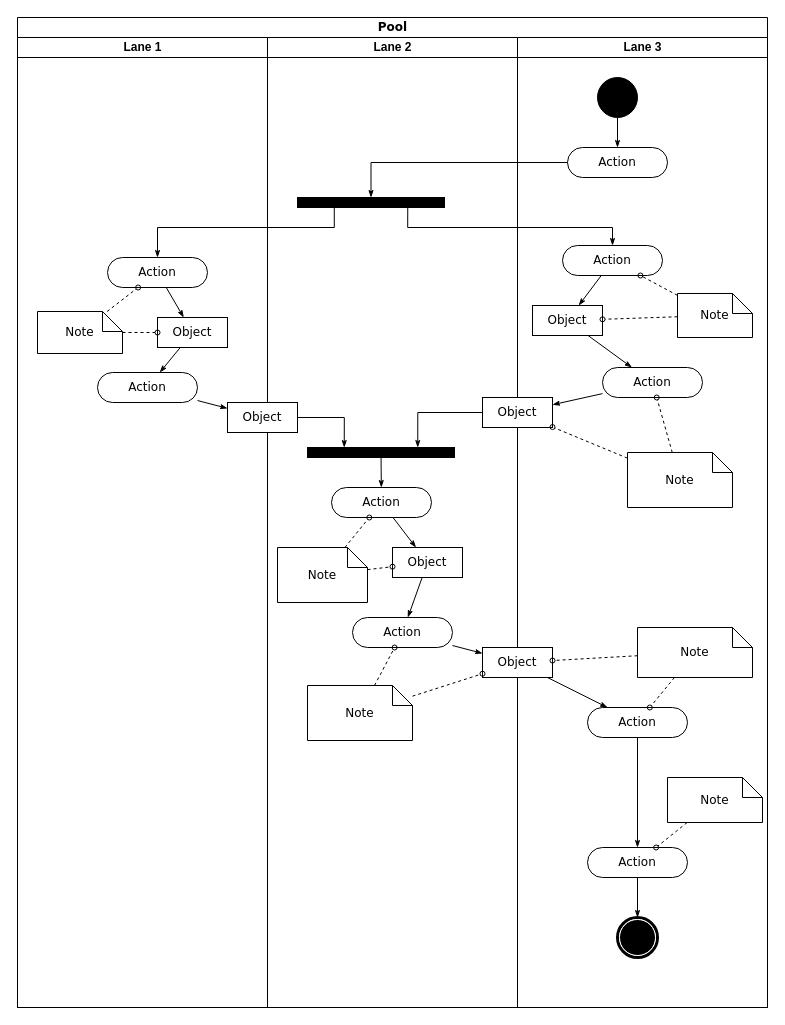
Earlier version of the draw.io diagram RE-Diagram.drawio (MarlenKuehn/DOFI-draw.io). Source tidied: cells renumbered, new cells numbered last; positions are measured from the earlier drawing's top-left corner, leaving out a move shared by most shapes. Both pictures are drawn from the tidied source at 100%, with x=0, y=0 at pixel (17, 17).
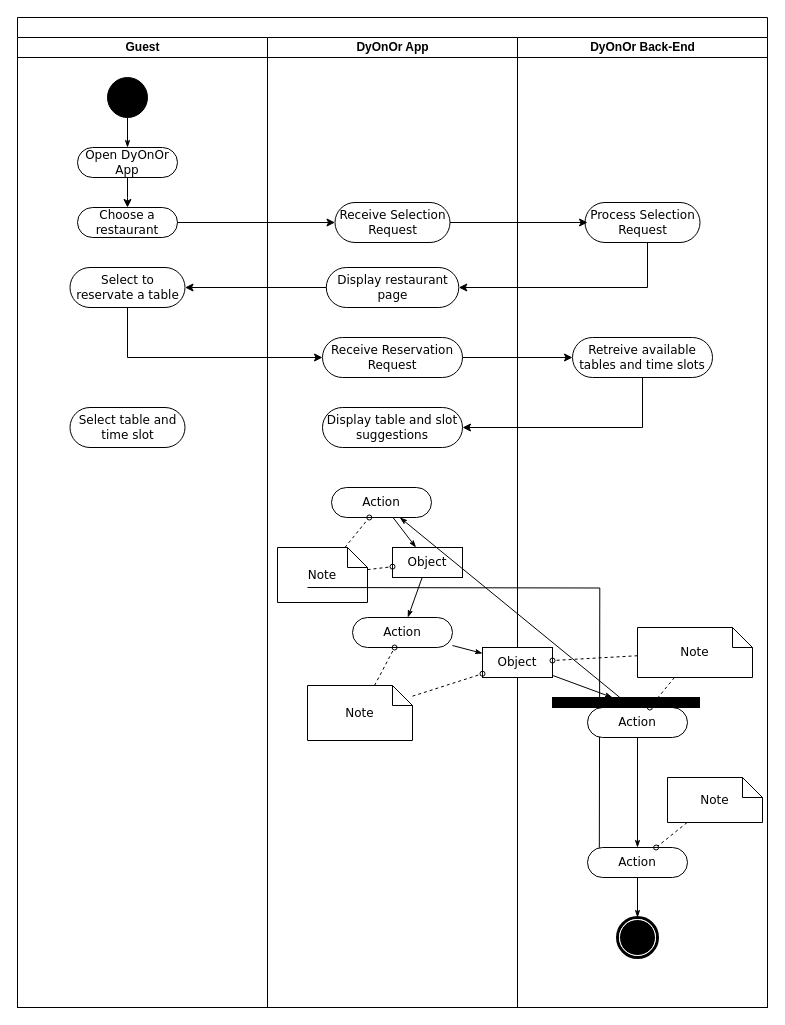
The same diagram, later.

The change refers to these unchanged cells:
```xml
<mxCell id="15" value="Action" style="rounded=1;whiteSpace=wrap;html=1;shadow=0;comic=0;labelBackgroundColor=none;strokeWidth=1;fontFamily=Verdana;fontSize=12;align=center;arcSize=50;" parent="12" vertex="1">
  <mxGeometry x="64" y="450" width="100" height="30" as="geometry" />
</mxCell>
<mxCell id="40" value="Object" style="rounded=0;whiteSpace=wrap;html=1;shadow=0;comic=0;labelBackgroundColor=none;strokeWidth=1;fontFamily=Verdana;fontSize=12;align=center;arcSize=50;" parent="28" vertex="1">
  <mxGeometry x="-35" y="610" width="70" height="30" as="geometry" />
</mxCell>
<mxCell id="42" value="Action" style="rounded=1;whiteSpace=wrap;html=1;shadow=0;comic=0;labelBackgroundColor=none;strokeWidth=1;fontFamily=Verdana;fontSize=12;align=center;arcSize=50;" parent="28" vertex="1">
  <mxGeometry x="70" y="670" width="100" height="30" as="geometry" />
</mxCell>
```

Diff of the diagram source:
```diff
@@
-    <mxCell id="2" value="Pool" style="swimlane;html=1;startSize=20;rounded=0;shadow=0;comic=0;labelBackgroundColor=none;strokeWidth=1;fontFamily=Verdana;fontSize=12;align=center;" parent="1" vertex="1">
+    <mxCell id="2" style="swimlane;html=1;startSize=20;rounded=0;shadow=0;comic=0;labelBackgroundColor=none;strokeWidth=1;fontFamily=Verdana;fontSize=12;align=center;" parent="1" vertex="1">
       <mxGeometry width="750" height="990" as="geometry" />
     </mxCell>
-    <mxCell id="3" value="Lane 1" style="swimlane;html=1;startSize=20;" parent="2" vertex="1">
+    <mxCell id="3" value="Guest" style="swimlane;html=1;startSize=20;" parent="2" vertex="1">
       <mxGeometry y="20" width="250" height="970" as="geometry" />
     </mxCell>
-    <mxCell id="4" style="edgeStyle=none;rounded=0;html=1;labelBackgroundColor=none;startArrow=none;startFill=0;startSize=5;endArrow=classicThin;endFill=1;endSize=5;jettySize=auto;strokeWidth=1;fontFamily=Verdana;fontSize=12;" parent="3" edge="1" source="5" target="8">
-      <mxGeometry relative="1" as="geometry" />
-    </mxCell>
-    <mxCell id="5" value="Action" style="rounded=1;whiteSpace=wrap;html=1;shadow=0;comic=0;labelBackgroundColor=none;strokeWidth=1;fontFamily=Verdana;fontSize=12;align=center;arcSize=50;" parent="3" vertex="1">
-      <mxGeometry x="90" y="220" width="100" height="30" as="geometry" />
-    </mxCell>
-    <mxCell id="6" value="Action" style="rounded=1;whiteSpace=wrap;html=1;shadow=0;comic=0;labelBackgroundColor=none;strokeWidth=1;fontFamily=Verdana;fontSize=12;align=center;arcSize=50;" parent="3" vertex="1">
-      <mxGeometry x="80" y="335" width="100" height="30" as="geometry" />
-    </mxCell>
-    <mxCell id="7" style="edgeStyle=none;rounded=0;html=1;labelBackgroundColor=none;startArrow=none;startFill=0;startSize=5;endArrow=classicThin;endFill=1;endSize=5;jettySize=auto;strokeWidth=1;fontFamily=Verdana;fontSize=12;" parent="3" edge="1" source="8" target="6">
-      <mxGeometry relative="1" as="geometry" />
-    </mxCell>
-    <mxCell id="8" value="Object" style="rounded=0;whiteSpace=wrap;html=1;shadow=0;comic=0;labelBackgroundColor=none;strokeWidth=1;fontFamily=Verdana;fontSize=12;align=center;arcSize=50;" parent="3" vertex="1">
-      <mxGeometry x="140" y="280" width="70" height="30" as="geometry" />
-    </mxCell>
-    <mxCell id="9" style="edgeStyle=none;rounded=0;html=1;labelBackgroundColor=none;startArrow=none;startFill=0;startSize=5;endArrow=oval;endFill=0;endSize=5;jettySize=auto;strokeWidth=1;fontFamily=Verdana;fontSize=12;dashed=1;" parent="3" edge="1" source="11" target="5">
-      <mxGeometry relative="1" as="geometry" />
-    </mxCell>
-    <mxCell id="10" style="edgeStyle=none;rounded=0;html=1;dashed=1;labelBackgroundColor=none;startArrow=none;startFill=0;startSize=5;endArrow=oval;endFill=0;endSize=5;jettySize=auto;strokeWidth=1;fontFamily=Verdana;fontSize=12;" parent="3" edge="1" source="11" target="8">
-      <mxGeometry relative="1" as="geometry" />
-    </mxCell>
-    <mxCell id="11" value="Note" style="shape=note;whiteSpace=wrap;html=1;rounded=0;shadow=0;comic=0;labelBackgroundColor=none;strokeWidth=1;fontFamily=Verdana;fontSize=12;align=center;size=20;" parent="3" vertex="1">
-      <mxGeometry x="20" y="274" width="85" height="42" as="geometry" />
-    </mxCell>
+    <mxCell id="30" style="ellipse;whiteSpace=wrap;html=1;rounded=0;shadow=0;comic=0;labelBackgroundColor=none;strokeWidth=1;fillColor=#000000;fontFamily=Verdana;fontSize=12;align=center;" parent="3" vertex="1">
+      <mxGeometry x="90" y="40" width="40" height="40" as="geometry" />
+    </mxCell>
+    <mxCell id="64" style="edgeStyle=orthogonalEdgeStyle;rounded=0;jettySize=auto;html=1;" parent="3" edge="1" source="31">
+      <mxGeometry relative="1" as="geometry">
+        <mxPoint x="110" y="170" as="targetPoint" />
+      </mxGeometry>
+    </mxCell>
+    <mxCell id="31" value="Open DyOnOr App" style="rounded=1;whiteSpace=wrap;html=1;shadow=0;comic=0;labelBackgroundColor=none;strokeWidth=1;fontFamily=Verdana;fontSize=12;align=center;arcSize=50;" parent="3" vertex="1">
+      <mxGeometry x="60" y="110" width="100" height="30" as="geometry" />
+    </mxCell>
+    <mxCell id="29" style="edgeStyle=orthogonalEdgeStyle;rounded=0;html=1;labelBackgroundColor=none;startArrow=none;startFill=0;startSize=5;endArrow=classicThin;endFill=1;endSize=5;jettySize=auto;strokeWidth=1;fontFamily=Verdana;fontSize=12;" parent="3" edge="1" source="30" target="31">
+      <mxGeometry relative="1" as="geometry" />
+    </mxCell>
+    <mxCell id="65" value="Choose a restaurant" style="rounded=1;whiteSpace=wrap;html=1;shadow=0;comic=0;labelBackgroundColor=none;strokeWidth=1;fontFamily=Verdana;fontSize=12;align=center;arcSize=50;" parent="3" vertex="1">
+      <mxGeometry x="60" y="170" width="100" height="30" as="geometry" />
+    </mxCell>
+    <mxCell id="66" value="Select to reservate a table" style="rounded=1;whiteSpace=wrap;html=1;shadow=0;comic=0;labelBackgroundColor=none;strokeWidth=1;fontFamily=Verdana;fontSize=12;align=center;arcSize=50;" parent="3" vertex="1">
+      <mxGeometry x="52.5" y="230" width="115" height="40" as="geometry" />
+    </mxCell>
+    <mxCell id="67" value="Select table and time slot" style="rounded=1;whiteSpace=wrap;html=1;shadow=0;comic=0;labelBackgroundColor=none;strokeWidth=1;fontFamily=Verdana;fontSize=12;align=center;arcSize=50;" parent="3" vertex="1">
+      <mxGeometry x="52.5" y="370" width="115" height="40" as="geometry" />
+    </mxCell>
-    <mxCell id="12" value="Lane 2" style="swimlane;html=1;startSize=20;" parent="2" vertex="1">
+    <mxCell id="12" value="DyOnOr App" style="swimlane;html=1;startSize=20;" parent="2" vertex="1">
       <mxGeometry x="250" y="20" width="250" height="970" as="geometry" />
     </mxCell>
-    <mxCell id="13" style="whiteSpace=wrap;html=1;rounded=0;shadow=0;comic=0;labelBackgroundColor=none;strokeWidth=1;fillColor=#000000;fontFamily=Verdana;fontSize=12;align=center;rotation=0;" parent="12" vertex="1">
-      <mxGeometry x="30" y="160" width="147" height="10" as="geometry" />
-    </mxCell>
@@
-    <mxCell id="16" style="edgeStyle=none;rounded=0;html=1;labelBackgroundColor=none;startArrow=none;startFill=0;startSize=5;endArrow=classicThin;endFill=1;endSize=5;jettySize=auto;strokeWidth=1;fontFamily=Verdana;fontSize=12;" parent="12" edge="1" source="17" target="15">
-      <mxGeometry relative="1" as="geometry" />
-    </mxCell>
-    <mxCell id="17" style="whiteSpace=wrap;html=1;rounded=0;shadow=0;comic=0;labelBackgroundColor=none;strokeWidth=1;fillColor=#000000;fontFamily=Verdana;fontSize=12;align=center;rotation=0;" parent="12" vertex="1">
-      <mxGeometry x="40" y="410" width="147" height="10" as="geometry" />
-    </mxCell>
-    <mxCell id="18" style="edgeStyle=orthogonalEdgeStyle;rounded=0;html=1;entryX=0.25;entryY=0;labelBackgroundColor=none;startArrow=none;startFill=0;startSize=5;endArrow=classicThin;endFill=1;endSize=5;jettySize=auto;strokeWidth=1;fontFamily=Verdana;fontSize=12;" parent="12" edge="1" source="19" target="17">
-      <mxGeometry relative="1" as="geometry" />
-    </mxCell>
-    <mxCell id="19" value="Object" style="rounded=0;whiteSpace=wrap;html=1;shadow=0;comic=0;labelBackgroundColor=none;strokeWidth=1;fontFamily=Verdana;fontSize=12;align=center;arcSize=50;" parent="12" vertex="1">
-      <mxGeometry x="-40" y="365" width="70" height="30" as="geometry" />
-    </mxCell>
@@
+    <mxCell id="68" value="Receive Selection Request" style="rounded=1;whiteSpace=wrap;html=1;shadow=0;comic=0;labelBackgroundColor=none;strokeWidth=1;fontFamily=Verdana;fontSize=12;align=center;arcSize=50;" parent="12" vertex="1">
+      <mxGeometry x="67.5" y="165" width="115" height="40" as="geometry" />
+    </mxCell>
+    <mxCell id="69" value="Display restaurant page" style="rounded=1;whiteSpace=wrap;html=1;shadow=0;comic=0;labelBackgroundColor=none;strokeWidth=1;fontFamily=Verdana;fontSize=12;align=center;arcSize=50;" parent="12" vertex="1">
+      <mxGeometry x="58.8" y="230" width="132.5" height="40" as="geometry" />
+    </mxCell>
+    <mxCell id="70" value="Receive Reservation Request" style="rounded=1;whiteSpace=wrap;html=1;shadow=0;comic=0;labelBackgroundColor=none;strokeWidth=1;fontFamily=Verdana;fontSize=12;align=center;arcSize=50;" parent="12" vertex="1">
+      <mxGeometry x="55" y="300" width="140" height="40" as="geometry" />
+    </mxCell>
+    <mxCell id="18" style="edgeStyle=orthogonalEdgeStyle;rounded=0;html=1;entryX=0.25;entryY=0;labelBackgroundColor=none;startArrow=none;startFill=0;startSize=5;endArrow=classicThin;endFill=1;endSize=5;jettySize=auto;orthogonalLoop=1;strokeWidth=1;fontFamily=Verdana;fontSize=12;" parent="12" edge="1">
+      <mxGeometry relative="1" as="geometry">
+        <mxPoint x="40" y="550" as="sourcePoint" />
+        <mxPoint x="331.8" y="830" as="targetPoint" />
+      </mxGeometry>
+    </mxCell>
+    <mxCell id="71" value="Display table and slot suggestions" style="rounded=1;whiteSpace=wrap;html=1;shadow=0;comic=0;labelBackgroundColor=none;strokeWidth=1;fontFamily=Verdana;fontSize=12;align=center;arcSize=50;" parent="12" vertex="1">
+      <mxGeometry x="55" y="370" width="140" height="40" as="geometry" />
+    </mxCell>
-    <mxCell id="28" value="Lane 3" style="swimlane;html=1;startSize=20;" parent="2" vertex="1">
+    <mxCell id="28" value="DyOnOr Back-End" style="swimlane;html=1;startSize=20;" parent="2" vertex="1">
       <mxGeometry x="500" y="20" width="250" height="970" as="geometry" />
     </mxCell>
-    <mxCell id="29" style="edgeStyle=orthogonalEdgeStyle;rounded=0;html=1;labelBackgroundColor=none;startArrow=none;startFill=0;startSize=5;endArrow=classicThin;endFill=1;endSize=5;jettySize=auto;strokeWidth=1;fontFamily=Verdana;fontSize=12;" parent="28" edge="1" source="30" target="31">
-      <mxGeometry relative="1" as="geometry" />
-    </mxCell>
-    <mxCell id="30" style="ellipse;whiteSpace=wrap;html=1;rounded=0;shadow=0;comic=0;labelBackgroundColor=none;strokeWidth=1;fillColor=#000000;fontFamily=Verdana;fontSize=12;align=center;" parent="28" vertex="1">
-      <mxGeometry x="80" y="40" width="40" height="40" as="geometry" />
-    </mxCell>
-    <mxCell id="31" value="Action" style="rounded=1;whiteSpace=wrap;html=1;shadow=0;comic=0;labelBackgroundColor=none;strokeWidth=1;fontFamily=Verdana;fontSize=12;align=center;arcSize=50;" parent="28" vertex="1">
-      <mxGeometry x="50" y="110" width="100" height="30" as="geometry" />
-    </mxCell>
-    <mxCell id="32" style="rounded=0;html=1;labelBackgroundColor=none;startArrow=none;startFill=0;startSize=5;endArrow=classicThin;endFill=1;endSize=5;jettySize=auto;strokeWidth=1;fontFamily=Verdana;fontSize=12;" parent="28" edge="1" source="33" target="37">
-      <mxGeometry relative="1" as="geometry" />
-    </mxCell>
-    <mxCell id="33" value="Action" style="rounded=1;whiteSpace=wrap;html=1;shadow=0;comic=0;labelBackgroundColor=none;strokeWidth=1;fontFamily=Verdana;fontSize=12;align=center;arcSize=50;" parent="28" vertex="1">
-      <mxGeometry x="45" y="208" width="100" height="30" as="geometry" />
-    </mxCell>
-    <mxCell id="34" style="edgeStyle=none;rounded=0;html=1;labelBackgroundColor=none;startArrow=none;startFill=0;startSize=5;endArrow=classicThin;endFill=1;endSize=5;jettySize=auto;strokeWidth=1;fontFamily=Verdana;fontSize=12;" parent="28" edge="1" source="35" target="38">
-      <mxGeometry relative="1" as="geometry" />
-    </mxCell>
-    <mxCell id="35" value="Action" style="rounded=1;whiteSpace=wrap;html=1;shadow=0;comic=0;labelBackgroundColor=none;strokeWidth=1;fontFamily=Verdana;fontSize=12;align=center;arcSize=50;" parent="28" vertex="1">
-      <mxGeometry x="85" y="330" width="100" height="30" as="geometry" />
-    </mxCell>
-    <mxCell id="36" style="edgeStyle=none;rounded=0;html=1;labelBackgroundColor=none;startArrow=none;startFill=0;startSize=5;endArrow=classicThin;endFill=1;endSize=5;jettySize=auto;strokeWidth=1;fontFamily=Verdana;fontSize=12;" parent="28" edge="1" source="37" target="35">
-      <mxGeometry relative="1" as="geometry" />
-    </mxCell>
-    <mxCell id="37" value="Object" style="rounded=0;whiteSpace=wrap;html=1;shadow=0;comic=0;labelBackgroundColor=none;strokeWidth=1;fontFamily=Verdana;fontSize=12;align=center;arcSize=50;" parent="28" vertex="1">
-      <mxGeometry x="15" y="268" width="70" height="30" as="geometry" />
-    </mxCell>
-    <mxCell id="38" value="Object" style="rounded=0;whiteSpace=wrap;html=1;shadow=0;comic=0;labelBackgroundColor=none;strokeWidth=1;fontFamily=Verdana;fontSize=12;align=center;arcSize=50;" parent="28" vertex="1">
-      <mxGeometry x="-35" y="360" width="70" height="30" as="geometry" />
-    </mxCell>
-    <mxCell id="39" style="edgeStyle=none;rounded=0;html=1;labelBackgroundColor=none;startArrow=none;startFill=0;startSize=5;endArrow=classicThin;endFill=1;endSize=5;jettySize=auto;strokeWidth=1;fontFamily=Verdana;fontSize=12;" parent="28" edge="1" source="40" target="42">
+    <mxCell id="39" style="edgeStyle=none;rounded=0;html=1;labelBackgroundColor=none;startArrow=none;startFill=0;startSize=5;endArrow=classicThin;endFill=1;endSize=5;jettySize=auto;strokeWidth=1;fontFamily=Verdana;fontSize=12;" parent="28" edge="1" source="17" target="42">
       <mxGeometry relative="1" as="geometry" />
     </mxCell>
@@
-    <mxCell id="46" style="edgeStyle=none;rounded=0;html=1;dashed=1;labelBackgroundColor=none;startArrow=none;startFill=0;startSize=5;endArrow=oval;endFill=0;endSize=5;jettySize=auto;strokeWidth=1;fontFamily=Verdana;fontSize=12;" parent="28" edge="1" source="48" target="33">
-      <mxGeometry relative="1" as="geometry" />
-    </mxCell>
-    <mxCell id="47" style="edgeStyle=none;rounded=0;html=1;dashed=1;labelBackgroundColor=none;startArrow=none;startFill=0;startSize=5;endArrow=oval;endFill=0;endSize=5;jettySize=auto;strokeWidth=1;fontFamily=Verdana;fontSize=12;" parent="28" edge="1" source="48" target="37">
-      <mxGeometry relative="1" as="geometry" />
-    </mxCell>
-    <mxCell id="48" value="Note" style="shape=note;whiteSpace=wrap;html=1;rounded=0;shadow=0;comic=0;labelBackgroundColor=none;strokeWidth=1;fontFamily=Verdana;fontSize=12;align=center;size=20;" parent="28" vertex="1">
-      <mxGeometry x="160" y="256" width="75" height="44" as="geometry" />
-    </mxCell>
-    <mxCell id="49" style="edgeStyle=none;rounded=0;html=1;dashed=1;labelBackgroundColor=none;startArrow=none;startFill=0;startSize=5;endArrow=oval;endFill=0;endSize=5;jettySize=auto;strokeWidth=1;fontFamily=Verdana;fontSize=12;" parent="28" edge="1" source="51" target="35">
-      <mxGeometry relative="1" as="geometry" />
-    </mxCell>
-    <mxCell id="50" style="edgeStyle=none;rounded=0;html=1;dashed=1;labelBackgroundColor=none;startArrow=none;startFill=0;startSize=5;endArrow=oval;endFill=0;endSize=5;jettySize=auto;strokeWidth=1;fontFamily=Verdana;fontSize=12;" parent="28" edge="1" source="51" target="38">
-      <mxGeometry relative="1" as="geometry" />
-    </mxCell>
-    <mxCell id="51" value="Note" style="shape=note;whiteSpace=wrap;html=1;rounded=0;shadow=0;comic=0;labelBackgroundColor=none;strokeWidth=1;fontFamily=Verdana;fontSize=12;align=center;size=20;" parent="28" vertex="1">
-      <mxGeometry x="110" y="415" width="105" height="55" as="geometry" />
-    </mxCell>
@@
-    <mxCell id="57" style="edgeStyle=orthogonalEdgeStyle;rounded=0;html=1;entryX=0.5;entryY=0;labelBackgroundColor=none;startArrow=none;startFill=0;startSize=5;endArrow=classicThin;endFill=1;endSize=5;jettySize=auto;strokeWidth=1;fontFamily=Verdana;fontSize=12;" parent="2" edge="1" source="31" target="13">
-      <mxGeometry relative="1" as="geometry">
-        <Array as="points">
-          <mxPoint x="354" y="145" />
-        </Array>
-      </mxGeometry>
-    </mxCell>
-    <mxCell id="58" style="edgeStyle=orthogonalEdgeStyle;rounded=0;html=1;exitX=0.75;exitY=1;labelBackgroundColor=none;startArrow=none;startFill=0;startSize=5;endArrow=classicThin;endFill=1;endSize=5;jettySize=auto;strokeWidth=1;fontFamily=Verdana;fontSize=12;" parent="2" edge="1" source="13" target="33">
-      <mxGeometry relative="1" as="geometry">
-        <Array as="points">
-          <mxPoint x="390" y="210" />
-          <mxPoint x="595" y="210" />
-        </Array>
-      </mxGeometry>
-    </mxCell>
-    <mxCell id="59" style="edgeStyle=orthogonalEdgeStyle;rounded=0;html=1;exitX=0.25;exitY=1;entryX=0.5;entryY=0;labelBackgroundColor=none;startArrow=none;startFill=0;startSize=5;endArrow=classicThin;endFill=1;endSize=5;jettySize=auto;strokeWidth=1;fontFamily=Verdana;fontSize=12;" parent="2" edge="1" source="13" target="5">
-      <mxGeometry relative="1" as="geometry">
-        <Array as="points">
-          <mxPoint x="317" y="210" />
-          <mxPoint x="140" y="210" />
-        </Array>
-      </mxGeometry>
-    </mxCell>
-    <mxCell id="60" style="edgeStyle=orthogonalEdgeStyle;rounded=0;html=1;entryX=0.75;entryY=0;labelBackgroundColor=none;startArrow=none;startFill=0;startSize=5;endArrow=classicThin;endFill=1;endSize=5;jettySize=auto;strokeWidth=1;fontFamily=Verdana;fontSize=12;" parent="2" edge="1" source="38" target="17">
-      <mxGeometry relative="1" as="geometry" />
-    </mxCell>
-    <mxCell id="61" style="edgeStyle=none;rounded=0;html=1;labelBackgroundColor=none;startArrow=none;startFill=0;startSize=5;endArrow=classicThin;endFill=1;endSize=5;jettySize=auto;strokeWidth=1;fontFamily=Verdana;fontSize=12;" parent="2" edge="1" source="6" target="19">
-      <mxGeometry relative="1" as="geometry" />
-    </mxCell>
+    <mxCell id="72" value="Process Selection Request" style="rounded=1;whiteSpace=wrap;html=1;shadow=0;comic=0;labelBackgroundColor=none;strokeWidth=1;fontFamily=Verdana;fontSize=12;align=center;arcSize=50;" parent="28" vertex="1">
+      <mxGeometry x="67.5" y="165" width="115" height="40" as="geometry" />
+    </mxCell>
+    <mxCell id="73" value="Retreive available tables and time slots" style="rounded=1;whiteSpace=wrap;html=1;shadow=0;comic=0;labelBackgroundColor=none;strokeWidth=1;fontFamily=Verdana;fontSize=12;align=center;arcSize=50;" parent="28" vertex="1">
+      <mxGeometry x="55" y="300" width="140" height="40" as="geometry" />
+    </mxCell>
+    <mxCell id="17" style="whiteSpace=wrap;html=1;rounded=0;shadow=0;comic=0;labelBackgroundColor=none;strokeWidth=1;fillColor=#000000;fontFamily=Verdana;fontSize=12;align=center;rotation=0;" parent="28" vertex="1">
+      <mxGeometry x="35" y="660" width="147" height="10" as="geometry" />
+    </mxCell>
+    <mxCell id="74" style="edgeStyle=none;rounded=0;html=1;labelBackgroundColor=none;startArrow=none;startFill=0;startSize=5;endArrow=classicThin;endFill=1;endSize=5;jettySize=auto;strokeWidth=1;fontFamily=Verdana;fontSize=12;" parent="28" edge="1" source="40" target="17">
+      <mxGeometry relative="1" as="geometry" />
+    </mxCell>
@@
+    <mxCell id="75" style="edgeStyle=orthogonalEdgeStyle;rounded=0;jettySize=auto;html=1;entryX=0;entryY=0.5;entryDx=0;entryDy=0;" parent="2" edge="1" source="65" target="68">
+      <mxGeometry relative="1" as="geometry" />
+    </mxCell>
+    <mxCell id="76" style="edgeStyle=orthogonalEdgeStyle;rounded=0;jettySize=auto;html=1;entryX=0.022;entryY=0.5;entryDx=0;entryDy=0;entryPerimeter=0;" parent="2" edge="1" source="68" target="72">
+      <mxGeometry relative="1" as="geometry" />
+    </mxCell>
+    <mxCell id="77" style="edgeStyle=orthogonalEdgeStyle;rounded=0;jettySize=auto;html=1;entryX=1;entryY=0.5;entryDx=0;entryDy=0;" parent="2" edge="1" source="72" target="69">
+      <mxGeometry relative="1" as="geometry">
+        <Array as="points">
+          <mxPoint x="630" y="270" />
+        </Array>
+      </mxGeometry>
+    </mxCell>
+    <mxCell id="78" style="edgeStyle=orthogonalEdgeStyle;rounded=0;jettySize=auto;html=1;entryX=1;entryY=0.5;entryDx=0;entryDy=0;" parent="2" edge="1" source="69" target="66">
+      <mxGeometry relative="1" as="geometry" />
+    </mxCell>
+    <mxCell id="16" style="edgeStyle=none;rounded=0;html=1;labelBackgroundColor=none;startArrow=none;startFill=0;startSize=5;endArrow=classicThin;endFill=1;endSize=5;jettySize=auto;strokeWidth=1;fontFamily=Verdana;fontSize=12;" parent="2" edge="1" source="17" target="15">
+      <mxGeometry relative="1" as="geometry" />
+    </mxCell>
+    <mxCell id="79" style="edgeStyle=orthogonalEdgeStyle;rounded=0;jettySize=auto;html=1;entryX=0;entryY=0.5;entryDx=0;entryDy=0;" parent="2" edge="1" source="66" target="70">
+      <mxGeometry relative="1" as="geometry">
+        <Array as="points">
+          <mxPoint x="110" y="340" />
+        </Array>
+      </mxGeometry>
+    </mxCell>
+    <mxCell id="80" style="edgeStyle=orthogonalEdgeStyle;rounded=0;jettySize=auto;html=1;entryX=0;entryY=0.5;entryDx=0;entryDy=0;" parent="2" edge="1" source="70" target="73">
+      <mxGeometry relative="1" as="geometry" />
+    </mxCell>
+    <mxCell id="81" style="edgeStyle=orthogonalEdgeStyle;rounded=0;jettySize=auto;html=1;entryX=1;entryY=0.5;entryDx=0;entryDy=0;" parent="2" edge="1" source="73" target="71">
+      <mxGeometry relative="1" as="geometry">
+        <Array as="points">
+          <mxPoint x="625" y="410" />
+        </Array>
+      </mxGeometry>
+    </mxCell>
```
